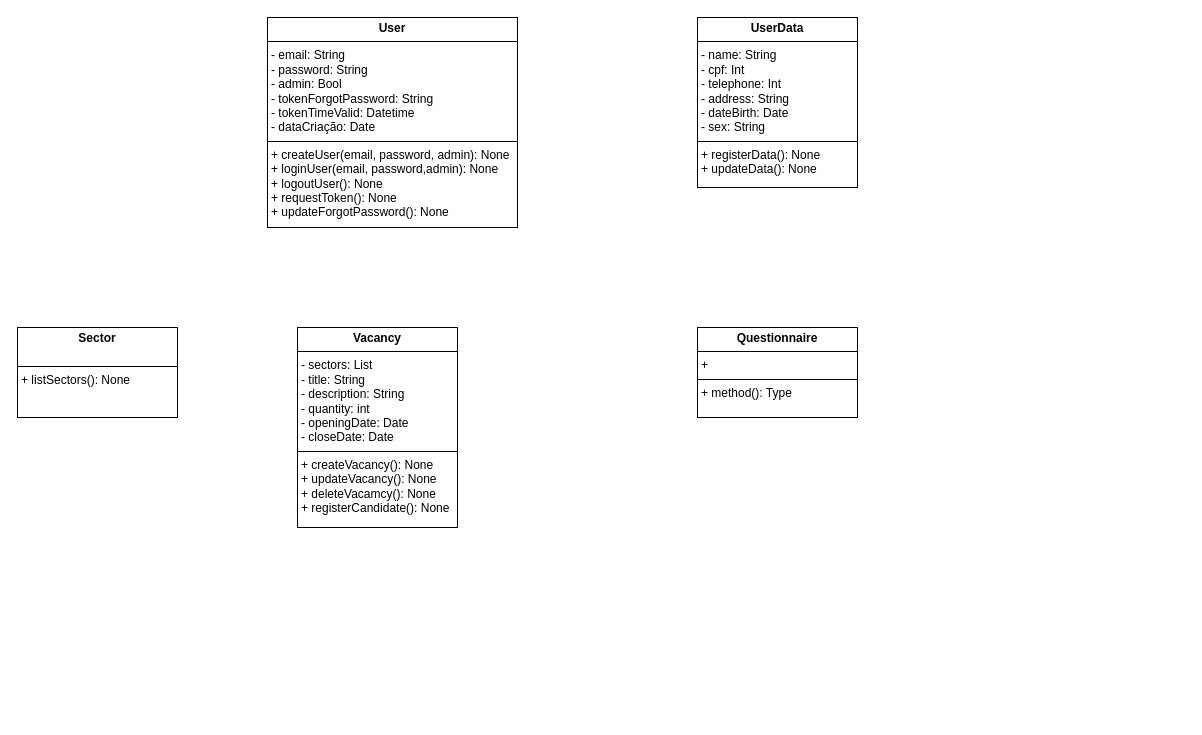
The draw.io diagram Diagrama de classes.drawio in ExtraProjects860/Project-Selection-Process-Control, before the edit. Source tidied: cells renumbered, new cells numbered last; positions are measured from the earlier drawing's top-left corner, leaving out a move shared by most shapes. Both pictures are drawn from the tidied source at 100%, with x=0, y=0 at pixel (17, 17).
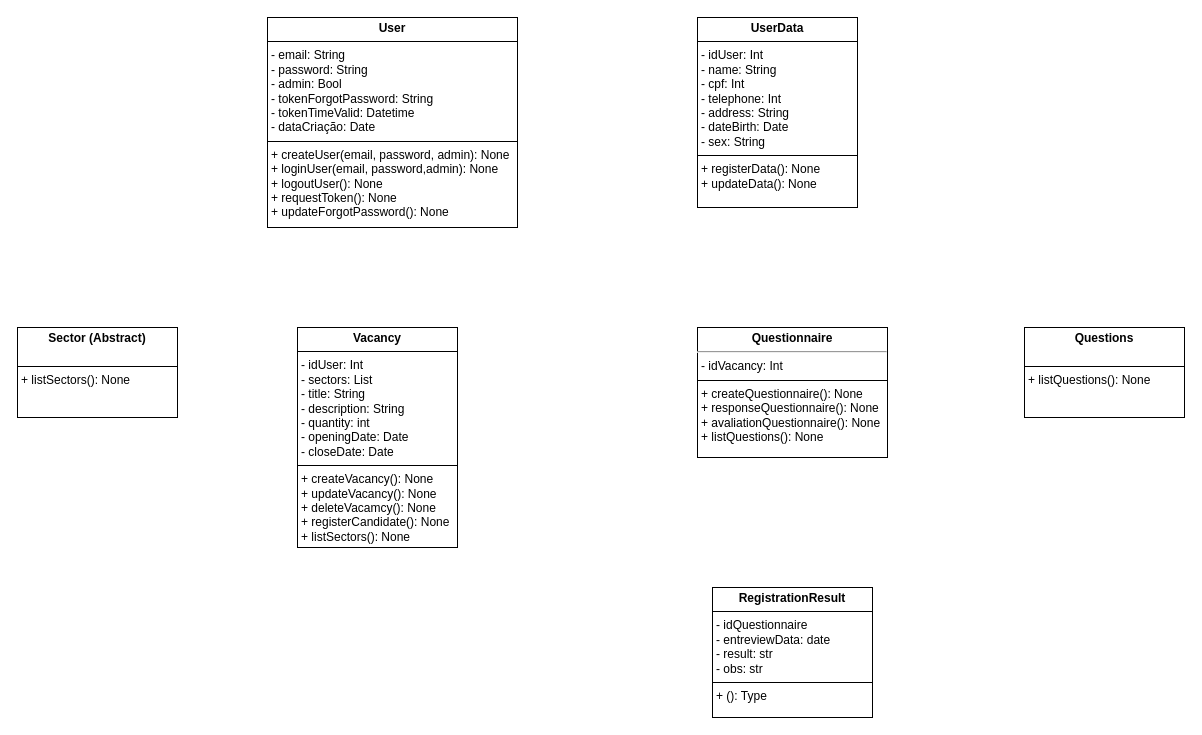
The same page after the edit.

The edit, as a diff of the source:
```diff
@@
 <mxGraphModel>
   <root>
     <mxCell id="0" />
     <mxCell id="1" parent="0" />
     <mxCell id="2" value="&lt;p style=&quot;margin:0px;margin-top:4px;text-align:center;&quot;&gt;&lt;b&gt;User&lt;/b&gt;&lt;/p&gt;&lt;hr size=&quot;1&quot; style=&quot;border-style:solid;&quot;&gt;&lt;p style=&quot;margin:0px;margin-left:4px;&quot;&gt;- email: String&lt;/p&gt;&lt;p style=&quot;margin:0px;margin-left:4px;&quot;&gt;- password: String&lt;/p&gt;&lt;p style=&quot;margin:0px;margin-left:4px;&quot;&gt;- admin: Bool&lt;/p&gt;&lt;p style=&quot;margin:0px;margin-left:4px;&quot;&gt;- tokenForgotPassword: String&lt;/p&gt;&lt;p style=&quot;margin:0px;margin-left:4px;&quot;&gt;- tokenTimeValid: Datetime&lt;/p&gt;&lt;p style=&quot;margin:0px;margin-left:4px;&quot;&gt;- dataCriação: Date&lt;/p&gt;&lt;hr size=&quot;1&quot; style=&quot;border-style:solid;&quot;&gt;&lt;p style=&quot;margin:0px;margin-left:4px;&quot;&gt;+ createUser(email, password, admin): None&lt;/p&gt;&lt;p style=&quot;margin:0px;margin-left:4px;&quot;&gt;+ loginUser(email, password,admin): None&lt;/p&gt;&lt;p style=&quot;margin:0px;margin-left:4px;&quot;&gt;+ logoutUser(): None&lt;/p&gt;&lt;p style=&quot;margin:0px;margin-left:4px;&quot;&gt;+ requestToken(): None&lt;/p&gt;&lt;p style=&quot;margin:0px;margin-left:4px;&quot;&gt;+ updateForgotPassword(): None&lt;/p&gt;" style="verticalAlign=top;align=left;overflow=fill;html=1;whiteSpace=wrap;" parent="1" vertex="1">
       <mxGeometry x="250" width="250" height="210" as="geometry" />
     </mxCell>
-    <mxCell id="3" value="&lt;p style=&quot;margin:0px;margin-top:4px;text-align:center;&quot;&gt;&lt;b&gt;UserData&lt;/b&gt;&lt;/p&gt;&lt;hr size=&quot;1&quot; style=&quot;border-style:solid;&quot;&gt;&lt;p style=&quot;margin:0px;margin-left:4px;&quot;&gt;&lt;span style=&quot;background-color: initial;&quot;&gt;- name: String&lt;/span&gt;&lt;br&gt;&lt;/p&gt;&lt;p style=&quot;margin:0px;margin-left:4px;&quot;&gt;- cpf: Int&lt;/p&gt;&lt;p style=&quot;margin:0px;margin-left:4px;&quot;&gt;- telephone: Int&lt;/p&gt;&lt;p style=&quot;margin:0px;margin-left:4px;&quot;&gt;- address: String&lt;/p&gt;&lt;p style=&quot;margin:0px;margin-left:4px;&quot;&gt;- dateBirth: Date&lt;/p&gt;&lt;p style=&quot;margin:0px;margin-left:4px;&quot;&gt;- sex: String&lt;/p&gt;&lt;hr size=&quot;1&quot; style=&quot;border-style:solid;&quot;&gt;&lt;p style=&quot;margin:0px;margin-left:4px;&quot;&gt;+ registerData(): None&lt;/p&gt;&lt;p style=&quot;margin:0px;margin-left:4px;&quot;&gt;+ updateData(): None&lt;/p&gt;" style="verticalAlign=top;align=left;overflow=fill;html=1;whiteSpace=wrap;" parent="1" vertex="1">
-      <mxGeometry x="680" width="160" height="170" as="geometry" />
+    <mxCell id="3" value="&lt;p style=&quot;margin:0px;margin-top:4px;text-align:center;&quot;&gt;&lt;b&gt;UserData&lt;/b&gt;&lt;/p&gt;&lt;hr size=&quot;1&quot; style=&quot;border-style:solid;&quot;&gt;&lt;p style=&quot;margin:0px;margin-left:4px;&quot;&gt;- idUser: Int&lt;/p&gt;&lt;p style=&quot;margin:0px;margin-left:4px;&quot;&gt;&lt;span style=&quot;background-color: initial;&quot;&gt;- name: String&lt;/span&gt;&lt;br&gt;&lt;/p&gt;&lt;p style=&quot;margin:0px;margin-left:4px;&quot;&gt;- cpf: Int&lt;/p&gt;&lt;p style=&quot;margin:0px;margin-left:4px;&quot;&gt;- telephone: Int&lt;/p&gt;&lt;p style=&quot;margin:0px;margin-left:4px;&quot;&gt;- address: String&lt;/p&gt;&lt;p style=&quot;margin:0px;margin-left:4px;&quot;&gt;- dateBirth: Date&lt;/p&gt;&lt;p style=&quot;margin:0px;margin-left:4px;&quot;&gt;- sex: String&lt;/p&gt;&lt;hr size=&quot;1&quot; style=&quot;border-style:solid;&quot;&gt;&lt;p style=&quot;margin:0px;margin-left:4px;&quot;&gt;+ registerData(): None&lt;/p&gt;&lt;p style=&quot;margin:0px;margin-left:4px;&quot;&gt;+ updateData(): None&lt;/p&gt;" style="verticalAlign=top;align=left;overflow=fill;html=1;whiteSpace=wrap;" parent="1" vertex="1">
+      <mxGeometry x="680" width="160" height="190" as="geometry" />
     </mxCell>
-    <mxCell id="4" value="&lt;p style=&quot;margin:0px;margin-top:4px;text-align:center;&quot;&gt;&lt;b&gt;Vacancy&lt;/b&gt;&lt;/p&gt;&lt;hr size=&quot;1&quot; style=&quot;border-style:solid;&quot;&gt;&lt;p style=&quot;margin:0px;margin-left:4px;&quot;&gt;&lt;span style=&quot;background-color: initial;&quot;&gt;- sectors: List&lt;/span&gt;&lt;br&gt;&lt;/p&gt;&lt;p style=&quot;margin:0px;margin-left:4px;&quot;&gt;- title: String&lt;/p&gt;&lt;p style=&quot;margin:0px;margin-left:4px;&quot;&gt;- description: String&lt;/p&gt;&lt;p style=&quot;margin:0px;margin-left:4px;&quot;&gt;- quantity: int&lt;/p&gt;&lt;p style=&quot;margin:0px;margin-left:4px;&quot;&gt;- openingDate: Date&lt;/p&gt;&lt;p style=&quot;margin:0px;margin-left:4px;&quot;&gt;- closeDate: Date&lt;/p&gt;&lt;hr size=&quot;1&quot; style=&quot;border-style:solid;&quot;&gt;&lt;p style=&quot;margin:0px;margin-left:4px;&quot;&gt;+ create&lt;span style=&quot;background-color: initial;&quot;&gt;Vacancy(): None&lt;/span&gt;&lt;/p&gt;&lt;p style=&quot;margin:0px;margin-left:4px;&quot;&gt;+ updateVacancy(): None&lt;/p&gt;&lt;p style=&quot;margin:0px;margin-left:4px;&quot;&gt;+ deleteVacamcy(): None&lt;/p&gt;&lt;p style=&quot;margin:0px;margin-left:4px;&quot;&gt;+&amp;nbsp;registerCandidate(): None&lt;/p&gt;" style="verticalAlign=top;align=left;overflow=fill;html=1;whiteSpace=wrap;" parent="1" vertex="1">
-      <mxGeometry x="280" y="310" width="160" height="200" as="geometry" />
+    <mxCell id="4" value="&lt;p style=&quot;margin:0px;margin-top:4px;text-align:center;&quot;&gt;&lt;b&gt;Vacancy&lt;/b&gt;&lt;/p&gt;&lt;hr size=&quot;1&quot; style=&quot;border-style:solid;&quot;&gt;&lt;p style=&quot;margin:0px;margin-left:4px;&quot;&gt;- idUser: Int&lt;/p&gt;&lt;p style=&quot;margin:0px;margin-left:4px;&quot;&gt;&lt;span style=&quot;background-color: initial;&quot;&gt;- sectors: List&lt;/span&gt;&lt;br&gt;&lt;/p&gt;&lt;p style=&quot;margin:0px;margin-left:4px;&quot;&gt;- title: String&lt;/p&gt;&lt;p style=&quot;margin:0px;margin-left:4px;&quot;&gt;- description: String&lt;/p&gt;&lt;p style=&quot;margin:0px;margin-left:4px;&quot;&gt;- quantity: int&lt;/p&gt;&lt;p style=&quot;margin:0px;margin-left:4px;&quot;&gt;- openingDate: Date&lt;/p&gt;&lt;p style=&quot;margin:0px;margin-left:4px;&quot;&gt;- closeDate: Date&lt;/p&gt;&lt;hr size=&quot;1&quot; style=&quot;border-style:solid;&quot;&gt;&lt;p style=&quot;margin:0px;margin-left:4px;&quot;&gt;+ create&lt;span style=&quot;background-color: initial;&quot;&gt;Vacancy(): None&lt;/span&gt;&lt;/p&gt;&lt;p style=&quot;margin:0px;margin-left:4px;&quot;&gt;+ updateVacancy(): None&lt;/p&gt;&lt;p style=&quot;margin:0px;margin-left:4px;&quot;&gt;+ deleteVacamcy(): None&lt;/p&gt;&lt;p style=&quot;margin:0px;margin-left:4px;&quot;&gt;+&amp;nbsp;registerCandidate(): None&lt;/p&gt;&lt;p style=&quot;margin:0px;margin-left:4px;&quot;&gt;+ listSectors(): None&lt;/p&gt;" style="verticalAlign=top;align=left;overflow=fill;html=1;whiteSpace=wrap;" parent="1" vertex="1">
+      <mxGeometry x="280" y="310" width="160" height="220" as="geometry" />
     </mxCell>
-    <mxCell id="5" value="&lt;p style=&quot;margin:0px;margin-top:4px;text-align:center;&quot;&gt;&lt;b&gt;Sector&lt;/b&gt;&lt;/p&gt;&lt;p style=&quot;margin:0px;margin-left:4px;&quot;&gt;&lt;br&gt;&lt;/p&gt;&lt;hr size=&quot;1&quot; style=&quot;border-style:solid;&quot;&gt;&lt;p style=&quot;margin:0px;margin-left:4px;&quot;&gt;+ listSectors(): None&lt;/p&gt;" style="verticalAlign=top;align=left;overflow=fill;html=1;whiteSpace=wrap;" parent="1" vertex="1">
+    <mxCell id="5" value="&lt;p style=&quot;margin:0px;margin-top:4px;text-align:center;&quot;&gt;&lt;b&gt;Sector (Abstract)&lt;/b&gt;&lt;/p&gt;&lt;p style=&quot;margin:0px;margin-left:4px;&quot;&gt;&amp;nbsp;&lt;/p&gt;&lt;hr size=&quot;1&quot; style=&quot;border-style:solid;&quot;&gt;&lt;p style=&quot;margin:0px;margin-left:4px;&quot;&gt;+ listSectors(): None&lt;/p&gt;" style="verticalAlign=top;align=left;overflow=fill;html=1;whiteSpace=wrap;" parent="1" vertex="1">
       <mxGeometry y="310" width="160" height="90" as="geometry" />
     </mxCell>
-    <mxCell id="6" value="&lt;p style=&quot;margin: 4px 0px 0px; text-align: center;&quot;&gt;&lt;b&gt;Questionnaire&lt;/b&gt;&lt;br&gt;&lt;/p&gt;&lt;hr size=&quot;1&quot; style=&quot;border-style:solid;&quot;&gt;&lt;p style=&quot;margin:0px;margin-left:4px;&quot;&gt;+&amp;nbsp;&lt;/p&gt;&lt;hr size=&quot;1&quot; style=&quot;border-style:solid;&quot;&gt;&lt;p style=&quot;margin:0px;margin-left:4px;&quot;&gt;+ method(): Type&lt;/p&gt;" style="verticalAlign=top;align=left;overflow=fill;html=1;whiteSpace=wrap;" parent="1" vertex="1">
-      <mxGeometry x="680" y="310" width="160" height="90" as="geometry" />
+    <mxCell id="6" value="&lt;p style=&quot;margin: 4px 0px 0px; text-align: center;&quot;&gt;&lt;b&gt;Questionnaire&lt;/b&gt;&lt;br&gt;&lt;/p&gt;&lt;hr&gt;&lt;p style=&quot;margin:0px;margin-left:4px;&quot;&gt;- idVacancy: Int&lt;/p&gt;&lt;hr size=&quot;1&quot; style=&quot;border-style:solid;&quot;&gt;&lt;p style=&quot;margin:0px;margin-left:4px;&quot;&gt;&lt;span style=&quot;background-color: initial;&quot;&gt;+ createQuestionnaire(): None&lt;/span&gt;&lt;br&gt;&lt;/p&gt;&lt;p style=&quot;margin:0px;margin-left:4px;&quot;&gt;&lt;span style=&quot;background-color: initial;&quot;&gt;+ responseQuestionnaire(): None&lt;/span&gt;&lt;/p&gt;&lt;p style=&quot;margin:0px;margin-left:4px;&quot;&gt;+ avaliationQuestionnaire(): None&lt;/p&gt;&lt;p style=&quot;margin:0px;margin-left:4px;&quot;&gt;+ listQuestions(): None&lt;/p&gt;" style="verticalAlign=top;align=left;overflow=fill;html=1;whiteSpace=wrap;" parent="1" vertex="1">
+      <mxGeometry x="680" y="310" width="190" height="130" as="geometry" />
     </mxCell>
+    <mxCell id="7" value="&lt;p style=&quot;margin:0px;margin-top:4px;text-align:center;&quot;&gt;&lt;b&gt;Questions&lt;/b&gt;&lt;/p&gt;&lt;p style=&quot;margin:0px;margin-left:4px;&quot;&gt;&lt;br&gt;&lt;/p&gt;&lt;hr size=&quot;1&quot; style=&quot;border-style:solid;&quot;&gt;&lt;p style=&quot;margin:0px;margin-left:4px;&quot;&gt;+ listQuestions(): None&lt;/p&gt;" style="verticalAlign=top;align=left;overflow=fill;html=1;whiteSpace=wrap;" parent="1" vertex="1">
+      <mxGeometry x="1007" y="310" width="160" height="90" as="geometry" />
+    </mxCell>
+    <mxCell id="8" value="&lt;p style=&quot;margin:0px;margin-top:4px;text-align:center;&quot;&gt;&lt;b&gt;RegistrationResult&lt;/b&gt;&lt;br&gt;&lt;/p&gt;&lt;hr size=&quot;1&quot; style=&quot;border-style:solid;&quot;&gt;&lt;p style=&quot;margin:0px;margin-left:4px;&quot;&gt;- idQuestionnaire&lt;/p&gt;&lt;p style=&quot;margin:0px;margin-left:4px;&quot;&gt;- entreviewData: date&lt;/p&gt;&lt;p style=&quot;margin:0px;margin-left:4px;&quot;&gt;- result: str&lt;/p&gt;&lt;p style=&quot;margin:0px;margin-left:4px;&quot;&gt;- obs: str&lt;/p&gt;&lt;hr size=&quot;1&quot; style=&quot;border-style:solid;&quot;&gt;&lt;p style=&quot;margin:0px;margin-left:4px;&quot;&gt;+ (): Type&lt;/p&gt;" style="verticalAlign=top;align=left;overflow=fill;html=1;whiteSpace=wrap;" parent="1" vertex="1">
+      <mxGeometry x="695" y="570" width="160" height="130" as="geometry" />
+    </mxCell>
   </root>
 </mxGraphModel>
```
